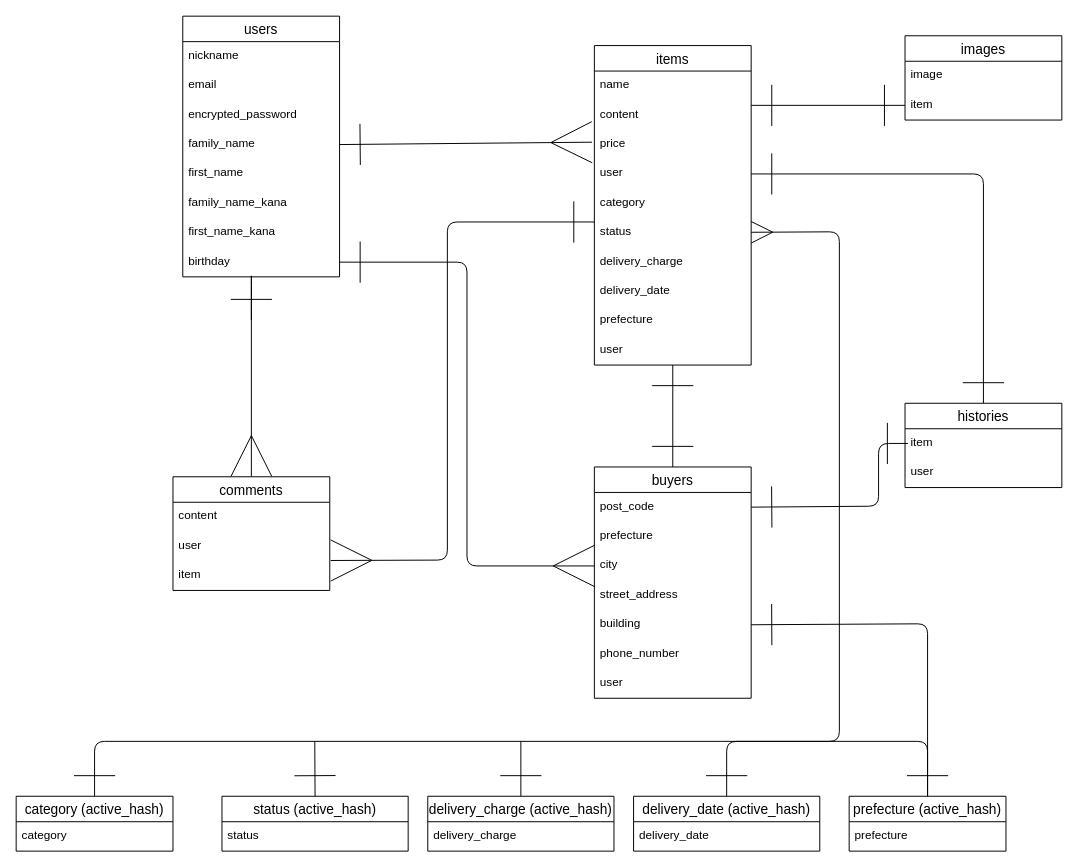
This is test.dio from yuya-taka/furima-laiblitz-b, a draw.io file, before an edit. Source tidied: cells renumbered, new cells numbered last; positions are measured from the earlier drawing's top-left corner, leaving out a move shared by most shapes. Both pictures are drawn from the tidied source at 98%, with x=0, y=0 at pixel (16, 16).
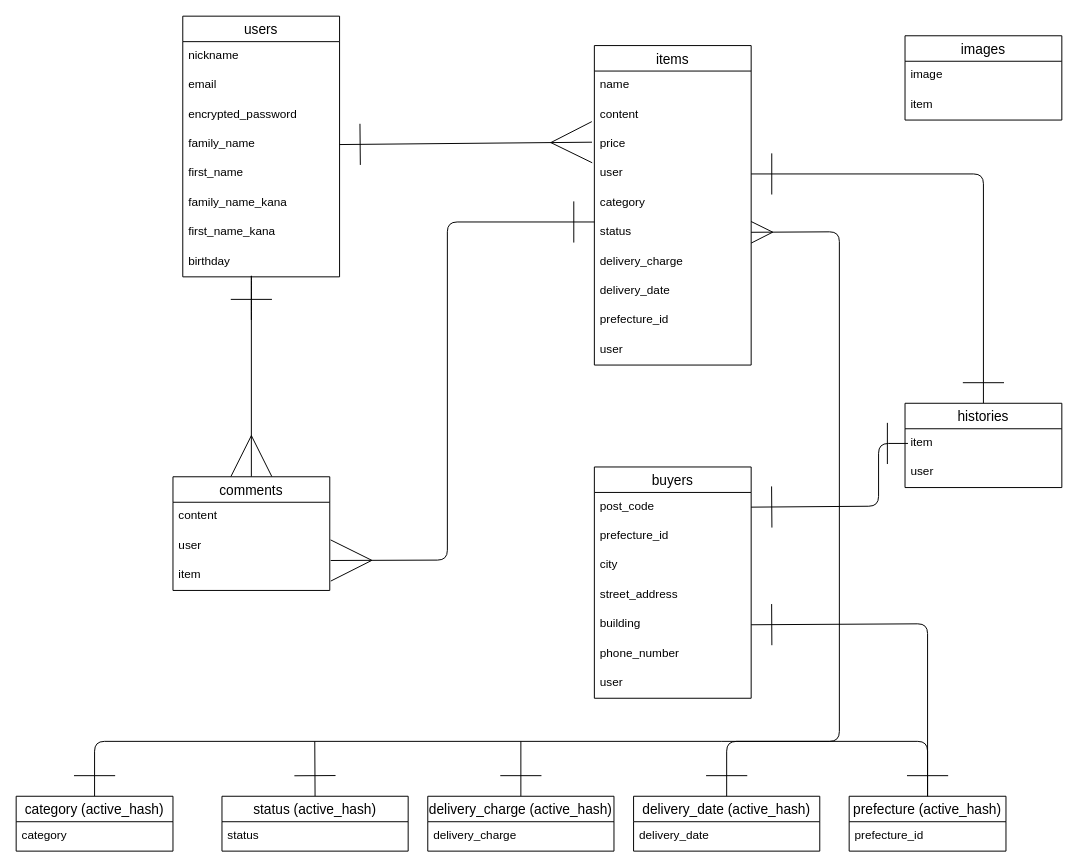
The same diagram, later.

Unchanged cells that the change refers to:
```xml
<mxCell id="10" value="birthday" style="text;strokeColor=none;fillColor=none;spacingLeft=4;spacingRight=4;overflow=hidden;points=[[0,0.5],[1,0.5]];portConstraint=eastwest;fontSize=12;" parent="2" vertex="1">
  <mxGeometry y="236" width="160" height="30" as="geometry" />
</mxCell>
<mxCell id="11" value="items" style="swimlane;fontStyle=0;horizontal=1;startSize=26;align=center;fontSize=14;" parent="1" vertex="1">
  <mxGeometry x="590" y="30" width="160" height="326" as="geometry" />
</mxCell>
<mxCell id="21" value="user" style="text;strokeColor=none;fillColor=none;spacingLeft=4;spacingRight=4;overflow=hidden;points=[[0,0.5],[1,0.5]];portConstraint=eastwest;fontSize=12;" parent="11" vertex="1">
  <mxGeometry y="296" width="160" height="30" as="geometry" />
</mxCell>
<mxCell id="23" value="buyers" style="swimlane;fontStyle=0;horizontal=1;startSize=26;align=center;fontSize=14;" parent="1" vertex="1">
  <mxGeometry x="590" y="460" width="160" height="236" as="geometry" />
</mxCell>
<mxCell id="26" value="city" style="text;strokeColor=none;fillColor=none;spacingLeft=4;spacingRight=4;overflow=hidden;points=[[0,0.5],[1,0.5]];portConstraint=eastwest;fontSize=12;" parent="23" vertex="1">
  <mxGeometry y="86" width="160" height="30" as="geometry" />
</mxCell>
<mxCell id="40" value="prefecture (active_hash)" style="swimlane;fontStyle=0;horizontal=1;startSize=26;align=center;fontSize=14;" parent="1" vertex="1">
  <mxGeometry x="850" y="796" width="160" height="56" as="geometry" />
</mxCell>
<mxCell id="60" value="item" style="text;strokeColor=none;fillColor=none;spacingLeft=4;spacingRight=4;overflow=hidden;points=[[0,0.5],[1,0.5]];portConstraint=eastwest;fontSize=12;" parent="58" vertex="1">
  <mxGeometry y="56" width="160" height="30" as="geometry" />
</mxCell>
```

What changed in the source:
```diff
@@
-    <mxCell id="20" value="prefecture" style="text;strokeColor=none;fillColor=none;spacingLeft=4;spacingRight=4;overflow=hidden;fontSize=12;" parent="11" vertex="1">
+    <mxCell id="20" value="prefecture_id" style="text;strokeColor=none;fillColor=none;spacingLeft=4;spacingRight=4;overflow=hidden;fontSize=12;" parent="11" vertex="1">
       <mxGeometry y="266" width="160" height="30" as="geometry" />
     </mxCell>
@@
-    <mxCell id="22" style="edgeStyle=none;html=1;exitX=0.5;exitY=0;exitDx=0;exitDy=0;strokeWidth=1;startArrow=ERone;startFill=0;endArrow=ERone;endFill=0;startSize=40;endSize=40;" parent="1" edge="1" source="23" target="21">
-      <mxGeometry relative="1" as="geometry" />
-    </mxCell>
@@
-    <mxCell id="25" value="prefecture" style="text;strokeColor=none;fillColor=none;spacingLeft=4;spacingRight=4;overflow=hidden;fontSize=12;" parent="23" vertex="1">
+    <mxCell id="25" value="prefecture_id" style="text;strokeColor=none;fillColor=none;spacingLeft=4;spacingRight=4;overflow=hidden;fontSize=12;" parent="23" vertex="1">
       <mxGeometry y="56" width="160" height="30" as="geometry" />
     </mxCell>
@@
-    <mxCell id="32" style="endArrow=ERmany;html=1;endFill=0;endSize=40;exitX=1;exitY=0.5;exitDx=0;exitDy=0;entryX=0;entryY=0.5;entryDx=0;entryDy=0;startArrow=ERone;startFill=0;startSize=40;" parent="1" edge="1" source="10" target="26">
-      <mxGeometry relative="1" as="geometry">
-        <Array as="points">
-          <mxPoint x="460" y="251" />
-          <mxPoint x="460" y="561" />
-        </Array>
-      </mxGeometry>
-    </mxCell>
@@
-    <mxCell id="41" value="prefecture" style="text;strokeColor=none;fillColor=none;spacingLeft=4;spacingRight=4;overflow=hidden;fontSize=12;" parent="40" vertex="1">
+    <mxCell id="41" value="prefecture_id" style="text;strokeColor=none;fillColor=none;spacingLeft=4;spacingRight=4;overflow=hidden;fontSize=12;" parent="40" vertex="1">
       <mxGeometry y="26" width="160" height="30" as="geometry" />
     </mxCell>
@@
-    <mxCell id="61" style="edgeStyle=none;html=1;strokeWidth=1;startArrow=ERone;startFill=0;endArrow=ERone;endFill=0;startSize=40;endSize=40;exitX=0;exitY=0.5;exitDx=0;exitDy=0;" parent="1" edge="1" source="60">
-      <mxGeometry relative="1" as="geometry">
-        <mxPoint x="750" y="91" as="targetPoint" />
-      </mxGeometry>
-    </mxCell>
```
